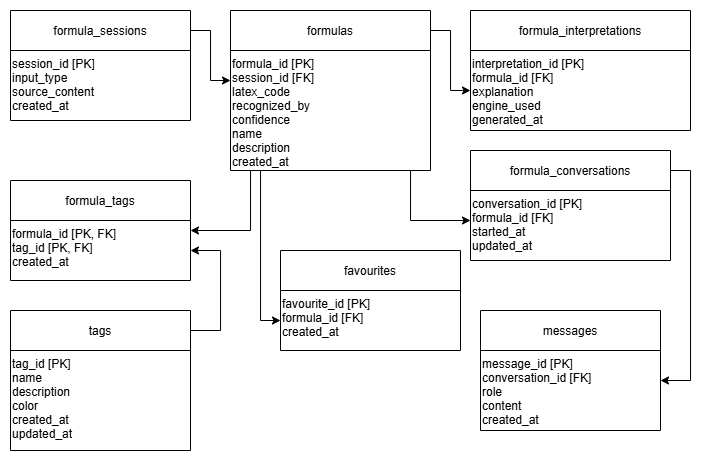
Leo204-LKY/FormuLaTeX keeps this draw.io diagram as doc/01-database_design/database_er.png. Above is the earlier version. Source tidied: cells renumbered, new cells last; positions are measured from the earlier drawing's top-left corner, leaving out a move shared by most shapes.
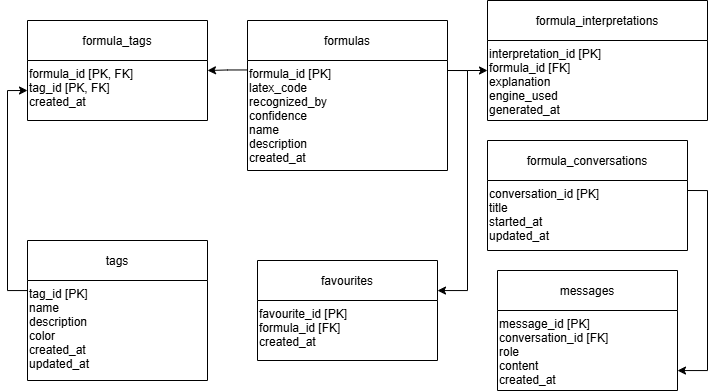
After the change.

Diff of the diagram source:
```diff
@@ -2,106 +2,90 @@
   <root>
     <mxCell id="0" />
     <mxCell id="1" parent="0" />
-    <mxCell id="2" style="edgeStyle=orthogonalEdgeStyle;rounded=0;jettySize=auto;html=1;" parent="1" edge="1" source="3" target="9">
-      <mxGeometry relative="1" as="geometry">
-        <Array as="points">
-          <mxPoint x="200" y="20" />
-          <mxPoint x="200" y="70" />
-        </Array>
-      </mxGeometry>
-    </mxCell>
-    <mxCell id="3" value="formula_sessions" style="shape=swimlane;horizontal=1;" parent="1" vertex="1">
-      <mxGeometry width="180" height="110" as="geometry" />
-    </mxCell>
-    <mxCell id="4" value="session_id [PK]&#10;input_type&#10;source_content&#10;created_at" style="text;" parent="3" vertex="1">
-      <mxGeometry y="40" width="160" height="70" as="geometry" />
-    </mxCell>
-    <mxCell id="5" style="edgeStyle=orthogonalEdgeStyle;rounded=0;jettySize=auto;html=1;entryX=0;entryY=0.5;entryDx=0;entryDy=0;" parent="1" edge="1" source="9" target="12">
-      <mxGeometry relative="1" as="geometry">
-        <Array as="points">
-          <mxPoint x="440" y="20" />
-          <mxPoint x="440" y="80" />
-        </Array>
-      </mxGeometry>
-    </mxCell>
-    <mxCell id="6" style="edgeStyle=orthogonalEdgeStyle;rounded=0;jettySize=auto;html=1;" parent="1" edge="1" source="9" target="21">
+    <mxCell id="6" style="edgeStyle=orthogonalEdgeStyle;rounded=0;jettySize=auto;html=1;exitX=-0.003;exitY=0.086;exitDx=0;exitDy=0;exitPerimeter=0;" parent="1" edge="1" source="10">
       <mxGeometry relative="1" as="geometry">
+        <mxPoint x="180" y="50" as="targetPoint" />
         <Array as="points">
-          <mxPoint x="240" y="220" />
+          <mxPoint x="200" y="50" />
         </Array>
       </mxGeometry>
     </mxCell>
-    <mxCell id="7" style="edgeStyle=orthogonalEdgeStyle;rounded=0;jettySize=auto;html=1;" parent="1" edge="1" source="9" target="14">
-      <mxGeometry relative="1" as="geometry">
-        <Array as="points">
-          <mxPoint x="400" y="210" />
-        </Array>
-      </mxGeometry>
-    </mxCell>
-    <mxCell id="8" style="edgeStyle=orthogonalEdgeStyle;rounded=0;jettySize=auto;html=1;" parent="1" edge="1" source="9" target="23">
+    <mxCell id="8" style="edgeStyle=orthogonalEdgeStyle;rounded=0;jettySize=auto;html=1;" parent="1" edge="1" target="23">
       <mxGeometry relative="1" as="geometry">
+        <mxPoint x="420" y="50" as="sourcePoint" />
         <Array as="points">
-          <mxPoint x="250" y="310" />
+          <mxPoint x="440" y="50" />
+          <mxPoint x="440" y="270" />
         </Array>
       </mxGeometry>
     </mxCell>
     <mxCell id="9" value="formulas" style="shape=swimlane;horizontal=1;" parent="1" vertex="1">
-      <mxGeometry x="220" width="200" height="160" as="geometry" />
+      <mxGeometry x="220" width="200" height="150" as="geometry" />
     </mxCell>
-    <mxCell id="10" value="formula_id [PK]&#10;session_id [FK]&#10;latex_code&#10;recognized_by&#10;confidence&#10;name&#10;description&#10;created_at" style="text;" parent="9" vertex="1">
-      <mxGeometry y="40" width="180" height="120" as="geometry" />
+    <mxCell id="10" value="formula_id [PK]&#10;latex_code&#10;recognized_by&#10;confidence&#10;name&#10;description&#10;created_at" style="text;" parent="9" vertex="1">
+      <mxGeometry y="40" width="180" height="110" as="geometry" />
     </mxCell>
     <mxCell id="11" value="formula_interpretations" style="shape=swimlane;horizontal=1;" parent="1" vertex="1">
-      <mxGeometry x="460" width="220" height="120" as="geometry" />
+      <mxGeometry x="460" y="-20" width="220" height="120" as="geometry" />
     </mxCell>
     <mxCell id="12" value="interpretation_id [PK]&#10;formula_id [FK]&#10;explanation&#10;engine_used&#10;generated_at" style="text;" parent="11" vertex="1">
       <mxGeometry y="40" width="200" height="80" as="geometry" />
     </mxCell>
-    <mxCell id="13" style="edgeStyle=orthogonalEdgeStyle;rounded=0;jettySize=auto;html=1;" parent="1" edge="1" source="14" target="16">
+    <mxCell id="13" style="edgeStyle=orthogonalEdgeStyle;rounded=0;jettySize=auto;html=1;" parent="1" edge="1" target="16">
       <mxGeometry relative="1" as="geometry">
+        <mxPoint x="660" y="170" as="sourcePoint" />
         <Array as="points">
-          <mxPoint x="680" y="160" />
-          <mxPoint x="680" y="370" />
+          <mxPoint x="680" y="170" />
+          <mxPoint x="680" y="350" />
         </Array>
       </mxGeometry>
     </mxCell>
     <mxCell id="14" value="formula_conversations" style="shape=swimlane;horizontal=1;" parent="1" vertex="1">
-      <mxGeometry x="460" y="140" width="200" height="110" as="geometry" />
+      <mxGeometry x="460" y="120" width="200" height="110" as="geometry" />
     </mxCell>
-    <mxCell id="15" value="conversation_id [PK]&#10;formula_id [FK]&#10;started_at&#10;updated_at" style="text;" parent="14" vertex="1">
+    <mxCell id="15" value="conversation_id [PK]&#10;title&#10;started_at&#10;updated_at" style="text;" parent="14" vertex="1">
       <mxGeometry y="40" width="180" height="70" as="geometry" />
     </mxCell>
     <mxCell id="16" value="messages" style="shape=swimlane;horizontal=1;" parent="1" vertex="1">
-      <mxGeometry x="470" y="300" width="180" height="120" as="geometry" />
+      <mxGeometry x="470" y="250" width="180" height="120" as="geometry" />
     </mxCell>
     <mxCell id="17" value="message_id [PK]&#10;conversation_id [FK]&#10;role&#10;content&#10;created_at" style="text;" parent="16" vertex="1">
       <mxGeometry y="40" width="160" height="80" as="geometry" />
     </mxCell>
-    <mxCell id="18" style="edgeStyle=orthogonalEdgeStyle;rounded=0;jettySize=auto;html=1;" parent="1" edge="1" source="19" target="21">
+    <mxCell id="18" style="edgeStyle=orthogonalEdgeStyle;rounded=0;jettySize=auto;html=1;entryX=0;entryY=0.5;entryDx=0;entryDy=0;" parent="1" edge="1" source="19" target="22">
       <mxGeometry relative="1" as="geometry">
         <Array as="points">
-          <mxPoint x="210" y="320" />
-          <mxPoint x="210" y="240" />
+          <mxPoint x="-20" y="270" />
+          <mxPoint x="-20" y="70" />
         </Array>
       </mxGeometry>
     </mxCell>
     <mxCell id="19" value="tags" style="shape=swimlane;horizontal=1;" parent="1" vertex="1">
-      <mxGeometry y="300" width="180" height="140" as="geometry" />
+      <mxGeometry y="220" width="180" height="140" as="geometry" />
     </mxCell>
     <mxCell id="20" value="tag_id [PK]&#10;name&#10;description&#10;color&#10;created_at&#10;updated_at" style="text;" parent="19" vertex="1">
       <mxGeometry y="40" width="160" height="100" as="geometry" />
     </mxCell>
     <mxCell id="21" value="formula_tags" style="shape=swimlane;horizontal=1;" parent="1" vertex="1">
-      <mxGeometry y="170" width="180" height="100" as="geometry" />
+      <mxGeometry width="180" height="100" as="geometry" />
     </mxCell>
     <mxCell id="22" value="formula_id [PK, FK]&#10;tag_id [PK, FK]&#10;created_at" style="text;" parent="21" vertex="1">
       <mxGeometry y="40" width="160" height="60" as="geometry" />
     </mxCell>
     <mxCell id="23" value="favourites" style="shape=swimlane;horizontal=1;" parent="1" vertex="1">
-      <mxGeometry x="270" y="240" width="180" height="100" as="geometry" />
+      <mxGeometry x="230" y="240" width="180" height="100" as="geometry" />
     </mxCell>
     <mxCell id="24" value="favourite_id [PK]&#10;formula_id [FK]&#10;created_at" style="text;" parent="23" vertex="1">
       <mxGeometry y="40" width="160" height="60" as="geometry" />
     </mxCell>
+    <mxCell id="25" style="endArrow=classic;html=1;rounded=0;" parent="1" edge="1">
+      <mxGeometry relative="1" as="geometry">
+        <mxPoint x="420" y="50" as="sourcePoint" />
+        <mxPoint x="460" y="50" as="targetPoint" />
+        <Array as="points">
+          <mxPoint x="440" y="50" />
+        </Array>
+      </mxGeometry>
+    </mxCell>
   </root>
 </mxGraphModel>
```
